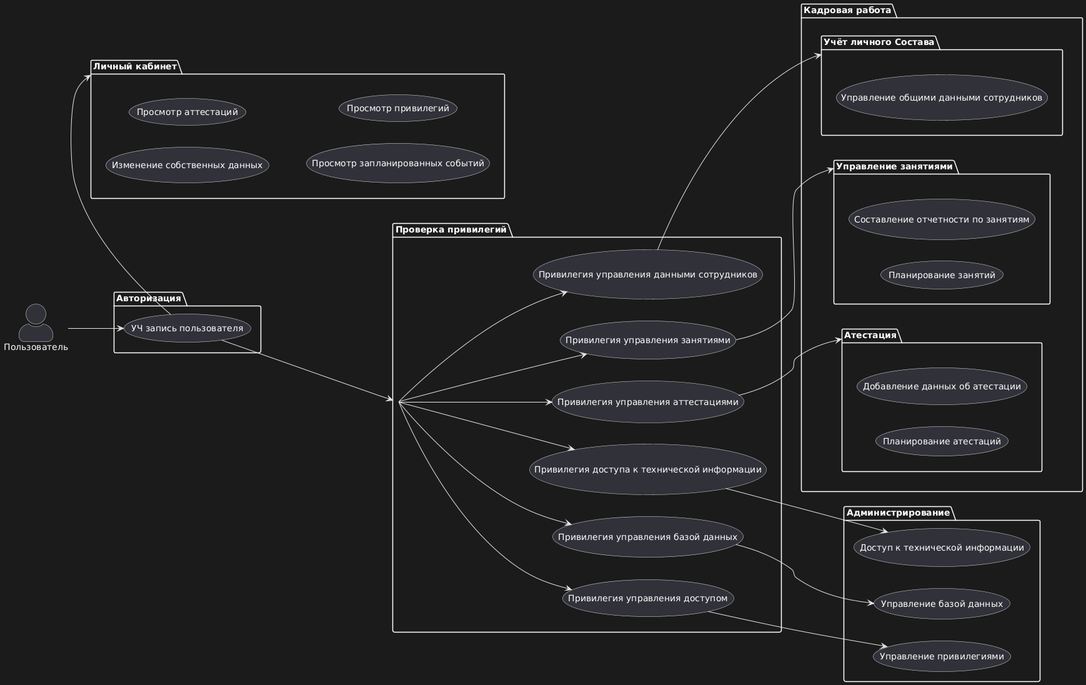
This is docs/imgs/uml_diag_dark.png from SemionPetrov/ProjectMCHS, a PlantUML export, as it was before one commit.
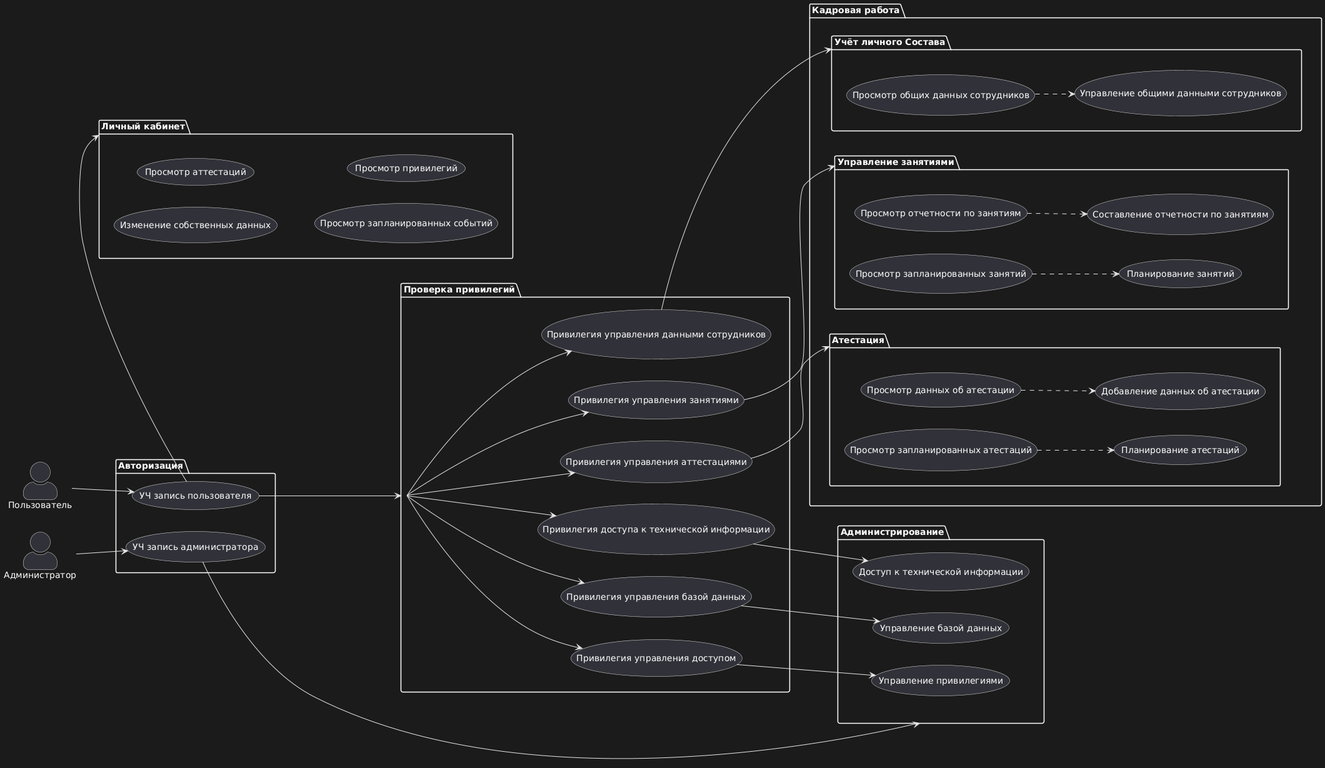
After the commit.

Diff of the diagram source:
```diff
@@ -3,23 +3,32 @@
 left to right direction
 
 actor Пользователь as User
+actor Администратор as Admin
 
 package Авторизация {
     usecase "УЧ запись пользователя" as unpriv_user
+    usecase "УЧ запись администратора" as admin_user
 }
 
 package "Кадровая работа" {
     package "Атестация" as certification {
+        usecase "Просмотр запланированных атестаций" as read_planned_sessions
         usecase "Планирование атестаций" as planning_sessions
-        usecase "Добавление данных об атестации" as report_management
+
+        usecase "Просмотр данных об атестации" as read_attestation_report
+        usecase "Добавление данных об атестации" as attestation_report_management
     }
 
     package "Управление занятиями" as exercise{
-        usecase "Планирование занятий"
-        usecase "Составление отчетности по занятиям"
+        usecase "Просмотр запланированных занятий" as read_exercises
+        usecase "Планирование занятий" as exercise_planning
+
+        usecase "Просмотр отчетности по занятиям" as read_exercise_report
+        usecase "Составление отчетности по занятиям" as exercise_report_management
     }
 
     package "Учёт личного Состава" as employee_management {
+        usecase "Просмотр общих данных сотрудников" as read_employee_data
         usecase "Управление общими данными сотрудников" as employee_data_management
     }
 }
@@ -31,7 +40,7 @@
     usecase "Просмотр привилегий"
 }
 
-package Администрирование {
+package Администрирование as administartion{
     usecase "Управление привилегиями" as access_control
     usecase "Управление базой данных" as db_control
     usecase "Доступ к технической информации" as backend_info
@@ -49,6 +58,10 @@
 
 
 User --> unpriv_user
+Admin --> admin_user
+
+admin_user --> administartion
+
 unpriv_user --> priv_check
 unpriv_user -> profile
 
@@ -67,4 +80,12 @@
 access_control_priv --> access_control
 db_control_priv --> db_control
 backend_info_priv --> backend_info
+
+read_planned_sessions ..> planning_sessions <<extend>>
+read_attestation_report ..> attestation_report_management <<extend>>
+
+read_exercises ..> exercise_planning <<extend>>
+read_exercise_report ..> exercise_report_management <<extend>>
+
+read_employee_data ..> employee_data_management <<extend>>
 @enduml
```
